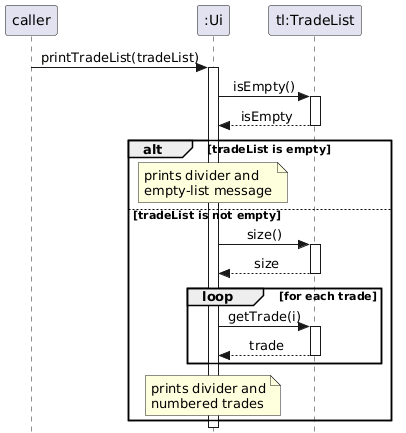
The PlantUML diagram docs/diagrams/ui-print-trade-list-sequence.png in AY2526S2-CS2113-T11-2/tp, before a commit. The source it was exported from:
```plantuml
@startuml
hide footbox
skinparam Style strictuml
skinparam SequenceMessageAlign center

participant "caller" as Caller
participant ":Ui" as Ui
participant "tl:TradeList" as TradeList

Caller -> Ui : printTradeList(tradeList)
activate Ui

Ui -> TradeList : isEmpty()
activate TradeList
TradeList --> Ui : isEmpty
deactivate TradeList

alt tradeList is empty
    note over Ui
        prints divider and
        empty-list message
    end note
else tradeList is not empty
    Ui -> TradeList : size()
    activate TradeList
    TradeList --> Ui : size
    deactivate TradeList

    loop for each trade
        Ui -> TradeList : getTrade(i)
        activate TradeList
        TradeList --> Ui : trade
        deactivate TradeList
    end

    note over Ui
        prints divider and
        numbered trades
    end note
end

deactivate Ui
@enduml
```
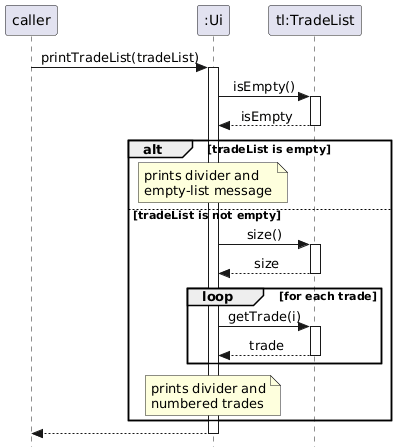
The same file after the commit.

Change to the diagram source:
```diff
@@ -39,5 +39,6 @@
     end note
 end
 
+Ui --> Caller
 deactivate Ui
 @enduml
```
